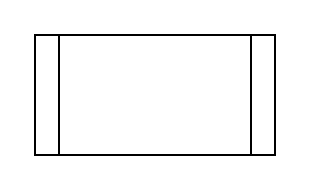
The draw.io diagram 项目信息管理.drawio in CAIJINHUI/CAIJINHUI.github.io, before the edit. Source tidied: cells renumbered, new cells numbered last; positions are measured from the earlier drawing's top-left corner, leaving out a move shared by most shapes. Both pictures are drawn from the tidied source at 200%, with x=0, y=0 at pixel (34, 34).
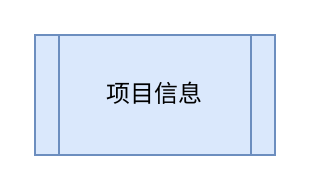
The same diagram, later.

Commit message:
Update 项目信息管理.drawio

The edit, as a diff of the source:
```diff
@@
 <mxGraphModel>
   <root>
     <mxCell id="0" />
     <mxCell id="1" parent="0" />
-    <mxCell id="2" style="shape=process;whiteSpace=wrap;html=1;backgroundOutline=1;" parent="1" vertex="1">
+    <mxCell id="2" value="项目信息" style="shape=process;whiteSpace=wrap;html=1;backgroundOutline=1;fillColor=#dae8fc;strokeColor=#6c8ebf;" parent="1" vertex="1">
       <mxGeometry width="120" height="60" as="geometry" />
     </mxCell>
   </root>
 </mxGraphModel>
```
